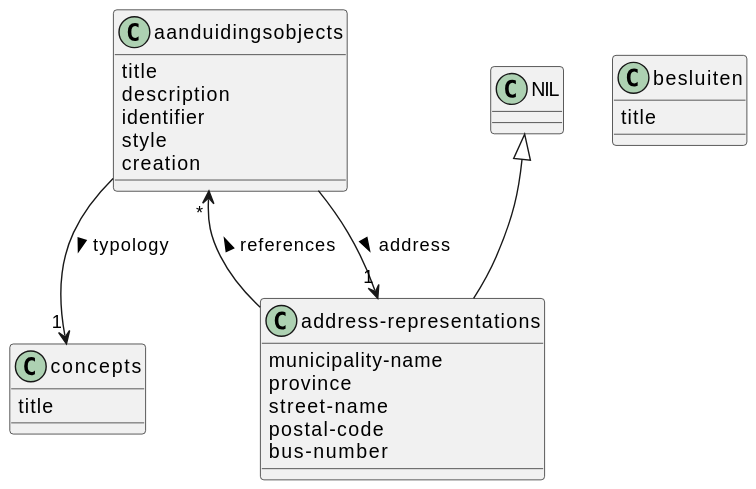
Earlier version of the PlantUML export doc/jsonapi-domain.svg (lblod/app-ai-hackathon-group-4).
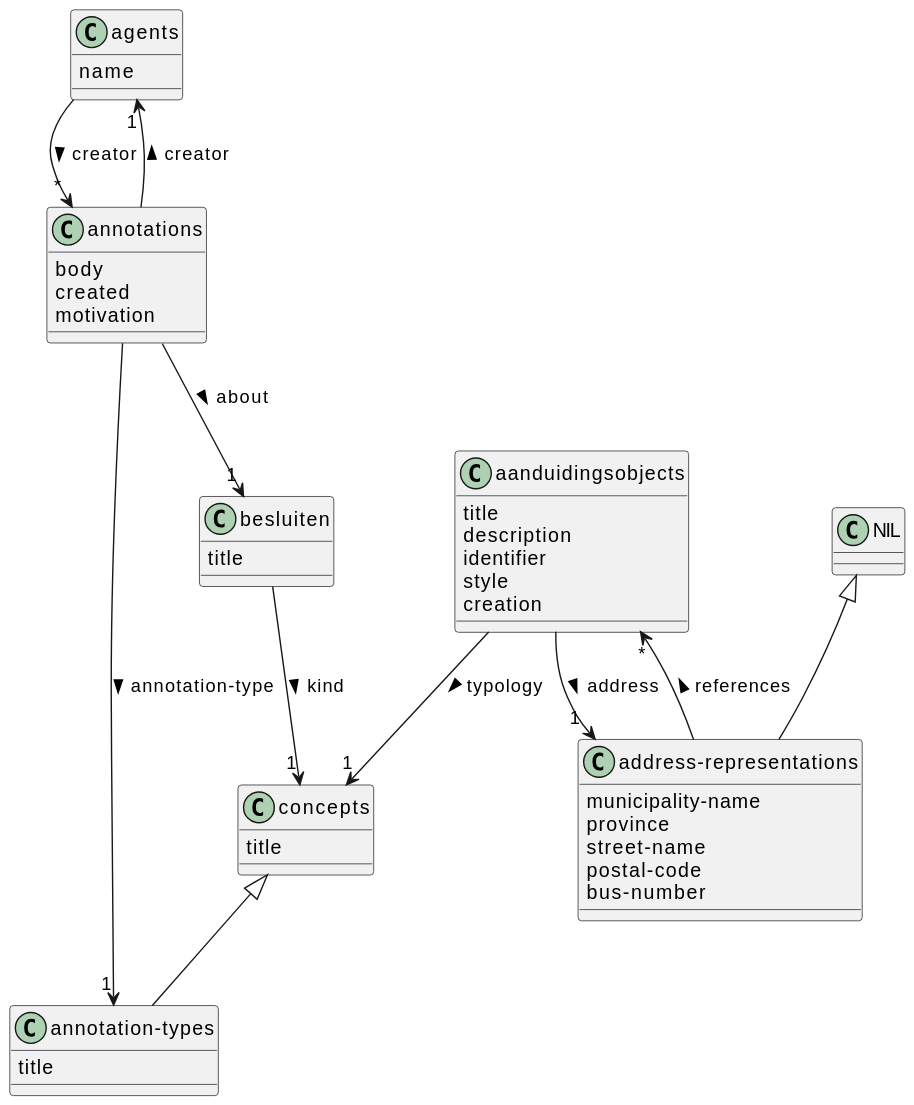
Above is the later version.

Commit message:
add annotation type to the model

Change to the diagram source:
```diff
@@ -1,5 +1,15 @@
 @startuml
 set namespaceSeparator none
+class "agents"
+"agents" : name
+"agents" --> "*" "annotations" : creator >
+class "annotations"
+"annotations" : body
+"annotations" : created
+"annotations" : motivation
+"annotations" --> "1" "annotation-types" : annotation-type >
+"annotations" --> "1" "agents" : creator >
+"annotations" --> "1" "besluiten" : about >
 class "aanduidingsobjects"
 "aanduidingsobjects" : title
 "aanduidingsobjects" : description
@@ -8,6 +18,8 @@
 "aanduidingsobjects" : creation
 "aanduidingsobjects" --> "1" "address-representations" : address >
 "aanduidingsobjects" --> "1" "concepts" : typology >
+class "concepts"
+"concepts" : title
 class "address-representations"
 "address-representations" : municipality-name
 "address-representations" : province
@@ -17,8 +29,10 @@
 "address-representations" --> "*" "aanduidingsobjects" : references >
 "NIL" <|-- "address-representations"
 class "NIL"
+class "annotation-types"
+"annotation-types" : title
+"concepts" <|-- "annotation-types"
 class "besluiten"
 "besluiten" : title
-class "concepts"
-"concepts" : title
+"besluiten" --> "1" "concepts" : kind >
 @enduml
```
